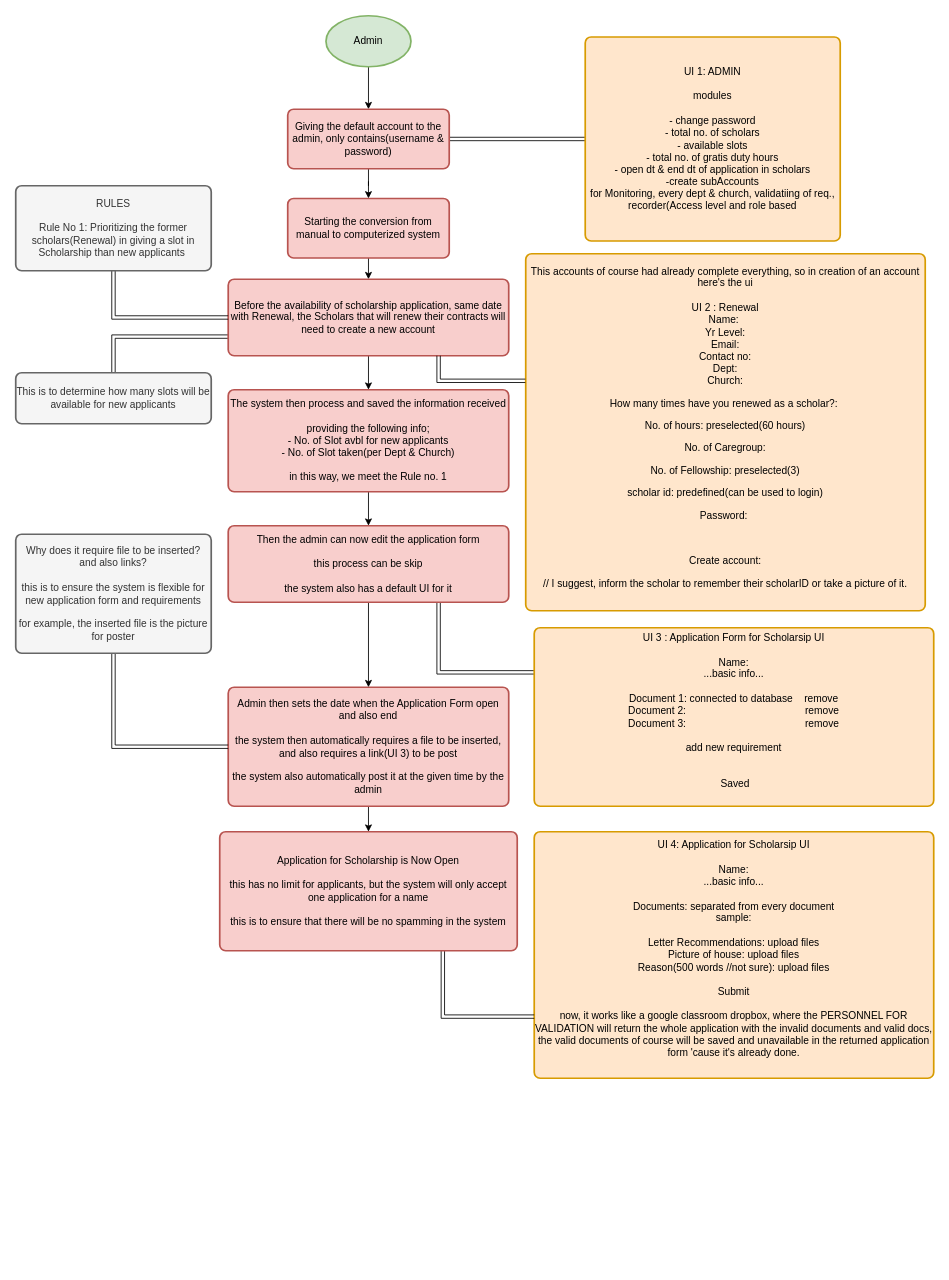
The draw.io diagram Untitled Diagram.drawio in Bagay-0037/visuals, before the edit. Source tidied: cells renumbered, new cells numbered last; positions are measured from the earlier drawing's top-left corner, leaving out a move shared by most shapes. Both pictures are drawn from the tidied source at 85%, with x=0, y=0 at pixel (15, 15).
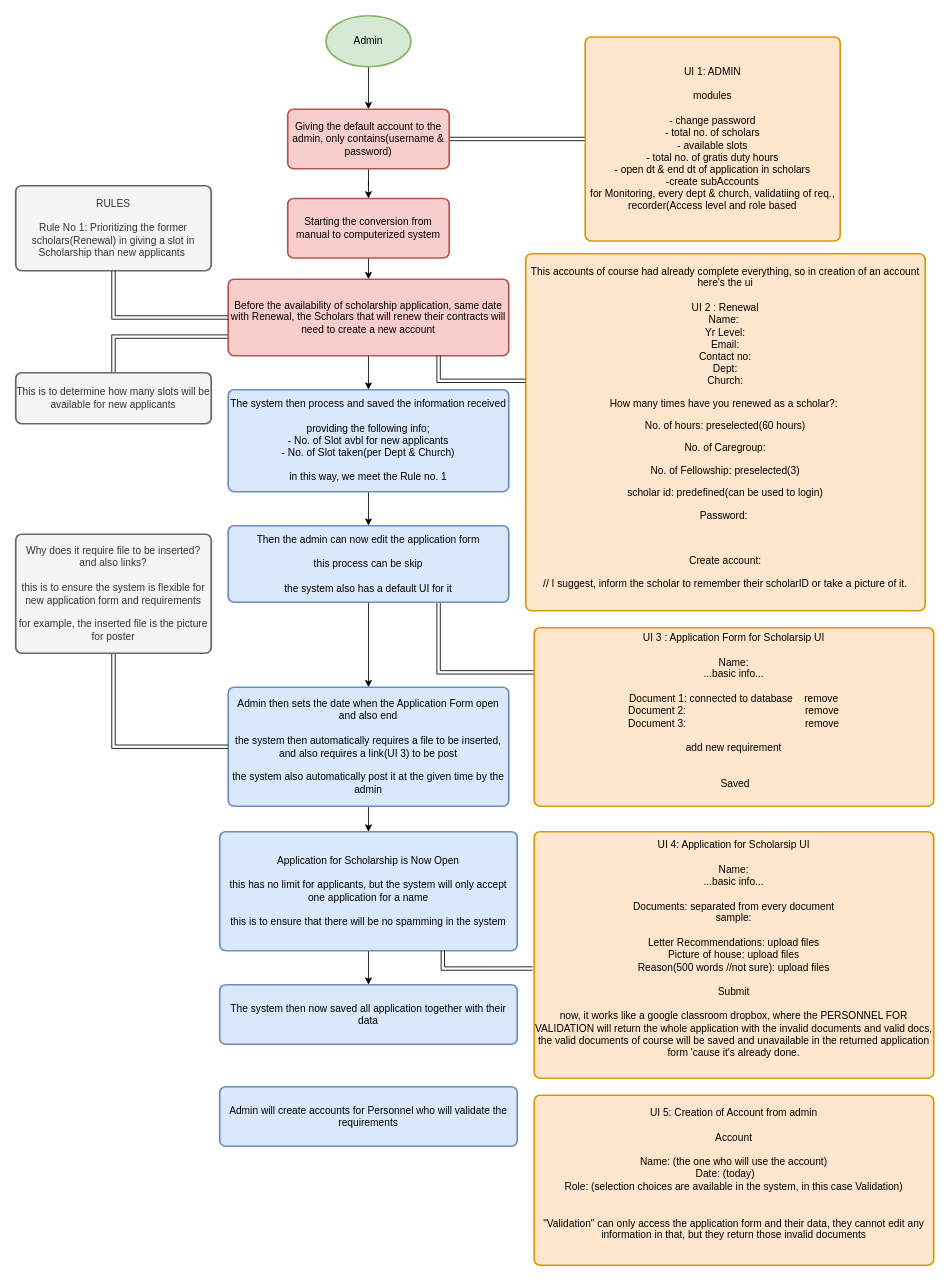
The same page after the edit.

The change refers to these unchanged cells:
```xml
<mxCell id="26" value="UI 4: Application for Scholarsip UI&lt;div&gt;&lt;br&gt;&lt;/div&gt;&lt;div&gt;Name:&lt;/div&gt;&lt;div&gt;...basic info...&lt;/div&gt;&lt;div&gt;&lt;br&gt;&lt;/div&gt;&lt;div&gt;Documents: separated from every document&lt;/div&gt;&lt;div&gt;sample:&lt;/div&gt;&lt;div&gt;&lt;br&gt;&lt;/div&gt;&lt;div&gt;Letter Recommendations: upload files&lt;/div&gt;&lt;div&gt;Picture of house: upload files&lt;/div&gt;&lt;div&gt;Reason(500 words //not sure): upload files&lt;/div&gt;&lt;div&gt;&lt;br&gt;&lt;/div&gt;&lt;div&gt;Submit&lt;/div&gt;&lt;div&gt;&lt;br&gt;&lt;/div&gt;&lt;div&gt;now, it works like a google classroom dropbox, where the PERSONNEL FOR VALIDATION will return the whole application with the invalid documents and valid docs, the valid documents of course will be saved and unavailable in the returned application form 'cause it's already done.&lt;/div&gt;&lt;div&gt;&lt;br&gt;&lt;/div&gt;" style="rounded=1;whiteSpace=wrap;html=1;absoluteArcSize=1;arcSize=14;strokeWidth=2;fillColor=#ffe6cc;strokeColor=#d79b00;align=center;" parent="1" vertex="1">
  <mxGeometry x="610" y="960" width="470" height="290" as="geometry" />
</mxCell>
```

Diff of the diagram source:
```diff
@@
-    <mxCell id="18" value="The system then process and saved the information received&lt;br&gt;&lt;br&gt;providing the following info;&lt;div&gt;&lt;span style=&quot;text-align: start; background-color: transparent; color: light-dark(rgb(0, 0, 0), rgb(255, 255, 255));&quot;&gt;- No. of Slot avbl for new applicants&lt;/span&gt;&lt;/div&gt;&lt;div&gt;&lt;span style=&quot;text-align: start; background-color: transparent; color: light-dark(rgb(0, 0, 0), rgb(255, 255, 255));&quot;&gt;- No. of Slot taken(per Dept &amp;amp; Church)&lt;/span&gt;&lt;/div&gt;&lt;div&gt;&lt;span style=&quot;text-align: start; background-color: transparent; color: light-dark(rgb(0, 0, 0), rgb(255, 255, 255));&quot;&gt;&lt;br&gt;&lt;/span&gt;&lt;/div&gt;&lt;div&gt;&lt;span style=&quot;text-align: start; background-color: transparent; color: light-dark(rgb(0, 0, 0), rgb(255, 255, 255));&quot;&gt;in this way, we meet the Rule no. 1&lt;/span&gt;&lt;/div&gt;" style="rounded=1;whiteSpace=wrap;html=1;absoluteArcSize=1;arcSize=14;strokeWidth=2;fillColor=#f8cecc;strokeColor=#b85450;" parent="1" vertex="1">
+    <mxCell id="18" value="The system then process and saved the information received&lt;br&gt;&lt;br&gt;providing the following info;&lt;div&gt;&lt;span style=&quot;text-align: start; background-color: transparent; color: light-dark(rgb(0, 0, 0), rgb(255, 255, 255));&quot;&gt;- No. of Slot avbl for new applicants&lt;/span&gt;&lt;/div&gt;&lt;div&gt;&lt;span style=&quot;text-align: start; background-color: transparent; color: light-dark(rgb(0, 0, 0), rgb(255, 255, 255));&quot;&gt;- No. of Slot taken(per Dept &amp;amp; Church)&lt;/span&gt;&lt;/div&gt;&lt;div&gt;&lt;span style=&quot;text-align: start; background-color: transparent; color: light-dark(rgb(0, 0, 0), rgb(255, 255, 255));&quot;&gt;&lt;br&gt;&lt;/span&gt;&lt;/div&gt;&lt;div&gt;&lt;span style=&quot;text-align: start; background-color: transparent; color: light-dark(rgb(0, 0, 0), rgb(255, 255, 255));&quot;&gt;in this way, we meet the Rule no. 1&lt;/span&gt;&lt;/div&gt;" style="rounded=1;whiteSpace=wrap;html=1;absoluteArcSize=1;arcSize=14;strokeWidth=2;fillColor=#dae8fc;strokeColor=#6c8ebf;" parent="1" vertex="1">
       <mxGeometry x="250" y="440" width="330" height="120" as="geometry" />
     </mxCell>
@@
-    <mxCell id="20" value="Admin then sets the date when the Application Form open and also end&lt;div&gt;&lt;br&gt;&lt;/div&gt;&lt;div&gt;the system then automatically requires a file to be inserted, and also requires a link(UI 3) to be post&lt;/div&gt;&lt;div&gt;&lt;br&gt;&lt;/div&gt;&lt;div&gt;the system also automatically post it at the given time by the admin&lt;/div&gt;" style="rounded=1;whiteSpace=wrap;html=1;absoluteArcSize=1;arcSize=14;strokeWidth=2;fillColor=#f8cecc;strokeColor=#b85450;" parent="1" vertex="1">
+    <mxCell id="20" value="Admin then sets the date when the Application Form open and also end&lt;div&gt;&lt;br&gt;&lt;/div&gt;&lt;div&gt;the system then automatically requires a file to be inserted, and also requires a link(UI 3) to be post&lt;/div&gt;&lt;div&gt;&lt;br&gt;&lt;/div&gt;&lt;div&gt;the system also automatically post it at the given time by the admin&lt;/div&gt;" style="rounded=1;whiteSpace=wrap;html=1;absoluteArcSize=1;arcSize=14;strokeWidth=2;fillColor=#dae8fc;strokeColor=#6c8ebf;" parent="1" vertex="1">
       <mxGeometry x="250" y="790" width="330" height="140" as="geometry" />
     </mxCell>
@@
-    <mxCell id="25" value="Then the admin can now edit the application form&lt;div&gt;&lt;div&gt;&lt;br&gt;&lt;/div&gt;&lt;div&gt;this process can be skip&lt;/div&gt;&lt;div&gt;&lt;br&gt;&lt;/div&gt;&lt;div&gt;the system also has a default UI for it&lt;/div&gt;&lt;/div&gt;" style="rounded=1;whiteSpace=wrap;html=1;absoluteArcSize=1;arcSize=14;strokeWidth=2;fillColor=#f8cecc;strokeColor=#b85450;" parent="1" vertex="1">
+    <mxCell id="25" value="Then the admin can now edit the application form&lt;div&gt;&lt;div&gt;&lt;br&gt;&lt;/div&gt;&lt;div&gt;this process can be skip&lt;/div&gt;&lt;div&gt;&lt;br&gt;&lt;/div&gt;&lt;div&gt;the system also has a default UI for it&lt;/div&gt;&lt;/div&gt;" style="rounded=1;whiteSpace=wrap;html=1;absoluteArcSize=1;arcSize=14;strokeWidth=2;fillColor=#dae8fc;strokeColor=#6c8ebf;" parent="1" vertex="1">
       <mxGeometry x="250" y="600" width="330" height="90" as="geometry" />
     </mxCell>
@@
+    <mxCell id="31" style="edgeStyle=orthogonalEdgeStyle;rounded=0;jettySize=auto;html=1;exitX=0.5;exitY=1;exitDx=0;exitDy=0;entryX=0.5;entryY=0;entryDx=0;entryDy=0;" parent="1" edge="1" source="30" target="32">
+      <mxGeometry relative="1" as="geometry" />
+    </mxCell>
+    <mxCell id="30" value="Application for Scholarship is Now Open&lt;div&gt;&lt;br&gt;&lt;/div&gt;&lt;div&gt;this has no limit for applicants, but the system will only accept one application for a name&lt;/div&gt;&lt;div&gt;&lt;br&gt;&lt;/div&gt;&lt;div&gt;this is to ensure that there will be no spamming in the system&lt;/div&gt;" style="rounded=1;whiteSpace=wrap;html=1;absoluteArcSize=1;arcSize=14;strokeWidth=2;fillColor=#dae8fc;strokeColor=#6c8ebf;" parent="1" vertex="1">
+      <mxGeometry x="240" y="960" width="350" height="140" as="geometry" />
+    </mxCell>
+    <mxCell id="32" value="The system then now saved all application together with their data" style="rounded=1;whiteSpace=wrap;html=1;absoluteArcSize=1;arcSize=14;strokeWidth=2;fillColor=#dae8fc;strokeColor=#6c8ebf;" parent="1" vertex="1">
+      <mxGeometry x="240" y="1140" width="350" height="70" as="geometry" />
+    </mxCell>
-    <mxCell id="29" style="edgeStyle=orthogonalEdgeStyle;rounded=0;jettySize=auto;html=1;exitX=0.75;exitY=1;exitDx=0;exitDy=0;entryX=0;entryY=0.75;entryDx=0;entryDy=0;shape=link;" parent="1" edge="1" source="30" target="26">
+    <mxCell id="29" style="edgeStyle=orthogonalEdgeStyle;rounded=0;jettySize=auto;html=1;exitX=0.75;exitY=1;exitDx=0;exitDy=0;entryX=-0.004;entryY=0.555;entryDx=0;entryDy=0;entryPerimeter=0;shape=link;" parent="1" edge="1" source="30" target="26">
       <mxGeometry relative="1" as="geometry" />
     </mxCell>
-    <mxCell id="30" value="Application for Scholarship is Now Open&lt;div&gt;&lt;br&gt;&lt;/div&gt;&lt;div&gt;this has no limit for applicants, but the system will only accept one application for a name&lt;/div&gt;&lt;div&gt;&lt;br&gt;&lt;/div&gt;&lt;div&gt;this is to ensure that there will be no spamming in the system&lt;/div&gt;" style="rounded=1;whiteSpace=wrap;html=1;absoluteArcSize=1;arcSize=14;strokeWidth=2;fillColor=#f8cecc;strokeColor=#b85450;" parent="1" vertex="1">
-      <mxGeometry x="240" y="960" width="350" height="140" as="geometry" />
-    </mxCell>
+    <mxCell id="33" value="Admin will create accounts for Personnel who will validate the requirements" style="rounded=1;whiteSpace=wrap;html=1;absoluteArcSize=1;arcSize=14;strokeWidth=2;fillColor=#dae8fc;strokeColor=#6c8ebf;" parent="1" vertex="1">
+      <mxGeometry x="240" y="1260" width="350" height="70" as="geometry" />
+    </mxCell>
+    <mxCell id="34" value="&lt;div&gt;UI 5: Creation of Account from admin&lt;/div&gt;&lt;div&gt;&lt;br&gt;&lt;/div&gt;&lt;div&gt;Account&lt;/div&gt;&lt;div&gt;&lt;br&gt;&lt;/div&gt;&lt;div&gt;Name: (the one who will use the account)&lt;/div&gt;&lt;div&gt;&lt;span style=&quot;background-color: transparent; color: light-dark(rgb(0, 0, 0), rgb(255, 255, 255));&quot;&gt;Date: (today)&amp;nbsp; &amp;nbsp; &amp;nbsp;&amp;nbsp;&lt;/span&gt;&lt;/div&gt;&lt;div&gt;&lt;span style=&quot;background-color: transparent; color: light-dark(rgb(0, 0, 0), rgb(255, 255, 255));&quot;&gt;Role: (selection choices are available in the system, in this case Validation)&lt;/span&gt;&lt;/div&gt;&lt;div&gt;&lt;br&gt;&lt;/div&gt;&lt;div&gt;&lt;br&gt;&lt;/div&gt;&lt;div&gt;&quot;Validation&quot; can only access the application form and their data, they cannot edit any information in that, but they return those invalid documents&lt;/div&gt;&lt;div&gt;&lt;span style=&quot;background-color: transparent; color: light-dark(rgb(0, 0, 0), rgb(255, 255, 255));&quot;&gt;&amp;nbsp; &amp;nbsp; &amp;nbsp; &amp;nbsp; &amp;nbsp; &amp;nbsp; &amp;nbsp; &amp;nbsp; &amp;nbsp; &amp;nbsp; &amp;nbsp; &amp;nbsp; &amp;nbsp; &amp;nbsp; &amp;nbsp; &amp;nbsp; &amp;nbsp; &amp;nbsp; &amp;nbsp; &amp;nbsp; &amp;nbsp; &amp;nbsp;&amp;nbsp;&lt;/span&gt;&lt;/div&gt;" style="rounded=1;whiteSpace=wrap;html=1;absoluteArcSize=1;arcSize=14;strokeWidth=2;fillColor=#ffe6cc;strokeColor=#d79b00;align=center;" parent="1" vertex="1">
+      <mxGeometry x="610" y="1270" width="470" height="200" as="geometry" />
+    </mxCell>
```
